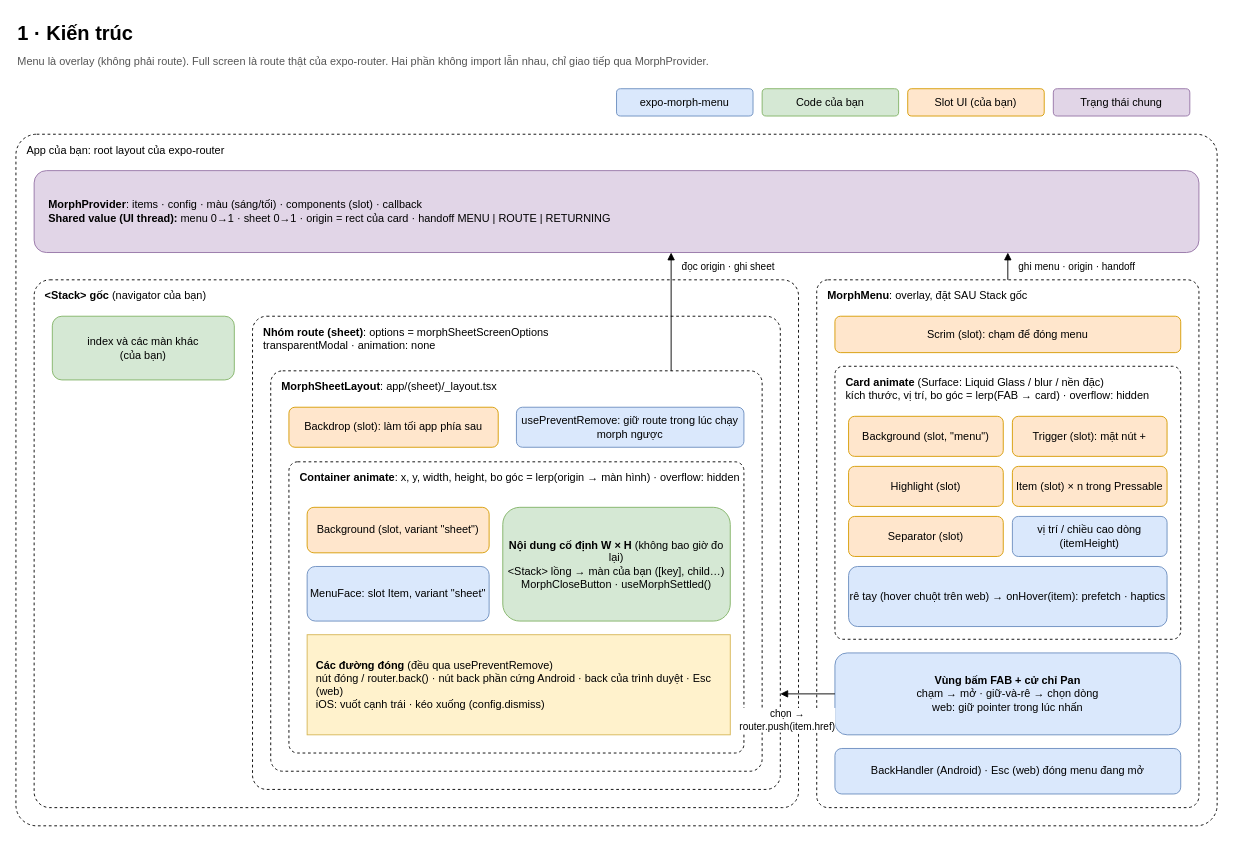
Above: page "1 · Kiến trúc" (1 of 7) of docs/diagrams/expo-morph-menu.vi.drawio in anhtuank7c/expo-morph-menu (draw.io), before the change. Source tidied: cells renumbered, new cells numbered last; positions are measured from the earlier drawing's top-left corner, leaving out a move shared by most shapes. Both pictures are drawn from the tidied source at 91%, with x=0, y=0 at pixel (15, 15).
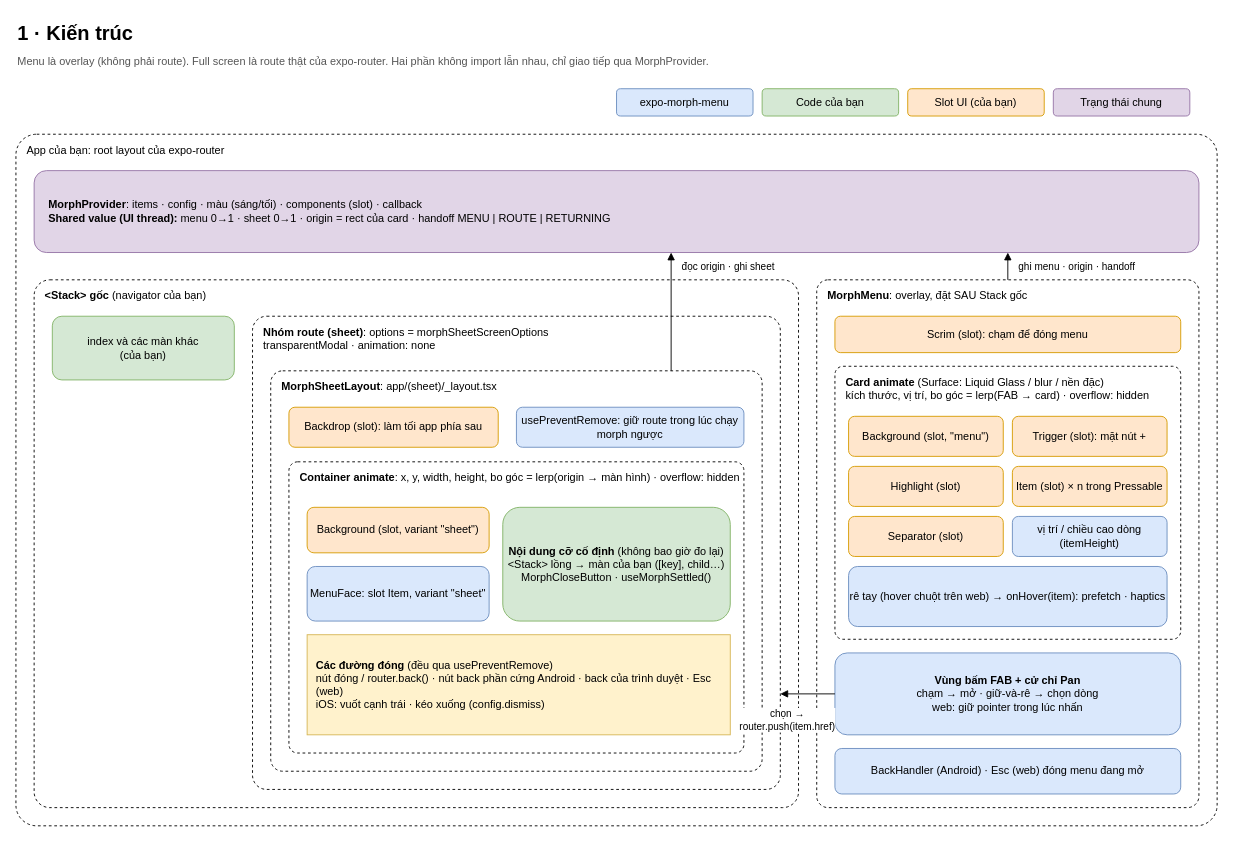
Above is the later version.

What changed in the source:
```diff
@@
-    <mxCell id="19" value="&lt;b&gt;Nội dung cố định W × H&lt;/b&gt; (không bao giờ đo lại)&lt;br&gt;&amp;lt;Stack&amp;gt; lồng → màn của bạn ([key], child…)&lt;br&gt;MorphCloseButton · useMorphSettled()" style="rounded=1;whiteSpace=wrap;html=1;fillColor=#d5e8d4;strokeColor=#82b366;" parent="1" vertex="1">
+    <mxCell id="19" value="&lt;b&gt;Nội dung cỡ cố định&lt;/b&gt; (không bao giờ đo lại)&lt;br&gt;&amp;lt;Stack&amp;gt; lồng → màn của bạn ([key], child…)&lt;br&gt;MorphCloseButton · useMorphSettled()" style="rounded=1;whiteSpace=wrap;html=1;fillColor=#d5e8d4;strokeColor=#82b366;" parent="1" vertex="1">
       <mxGeometry x="535" y="540" width="250" height="125" as="geometry" />
     </mxCell>
```
